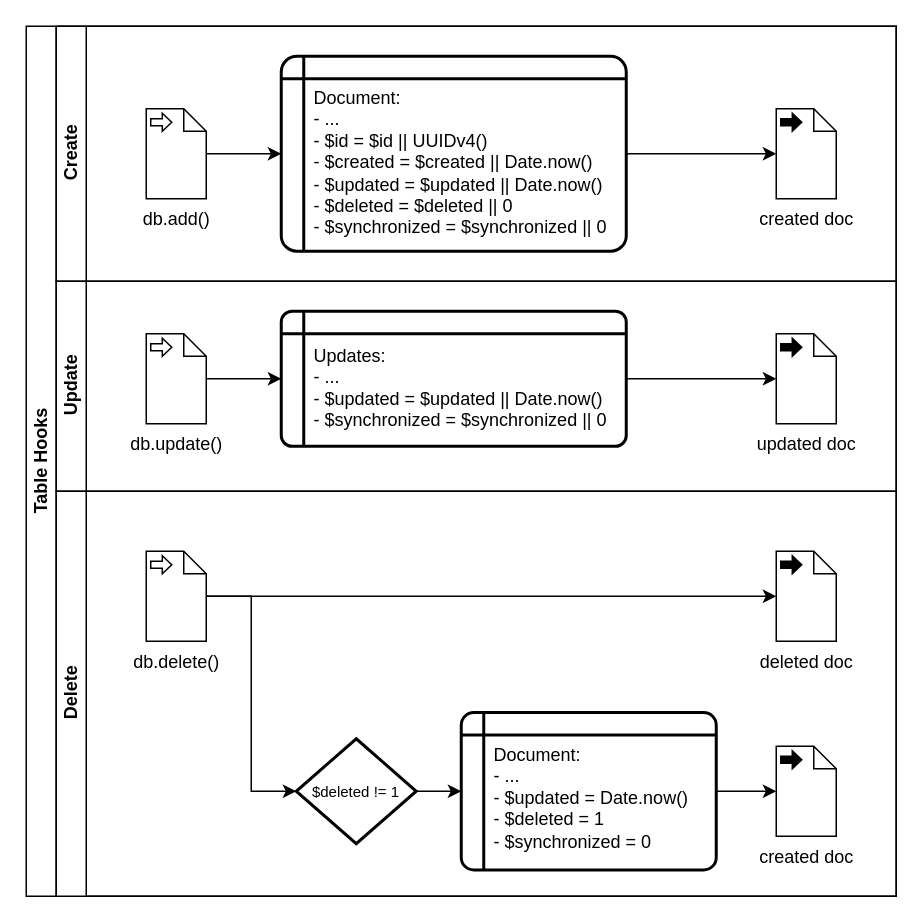
Earlier version of the draw.io diagram flowchart-hooks.drawio (scriptPilot/dexie-mysql-sync). Source tidied: cells renumbered, new cells numbered last; positions are measured from the earlier drawing's top-left corner, leaving out a move shared by most shapes. Both pictures are drawn from the tidied source at 150%, with x=0, y=0 at pixel (26, 26).
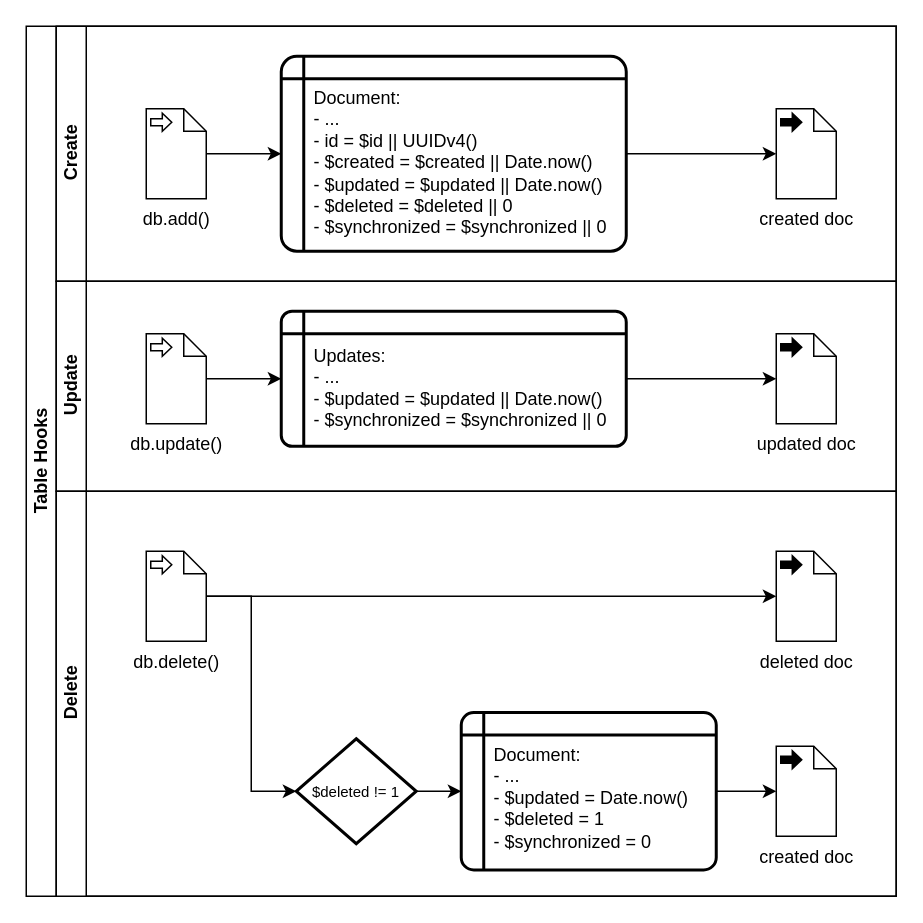
The same page after the edit.

The change refers to these unchanged cells:
```xml
<mxCell id="3" value="Create" style="swimlane;html=1;startSize=20;horizontal=0;" parent="2" vertex="1">
  <mxGeometry x="20" width="560" height="170" as="geometry" />
</mxCell>
```

Change to the diagram source:
```diff
@@
-    <mxCell id="7" value="Document:&lt;br&gt;- ...&lt;br&gt;- $id = $id || UUIDv4()&lt;br&gt;- $created = $created || Date.now()&lt;br&gt;- $updated = $updated || Date.now()&lt;br&gt;- $deleted = $deleted || 0&lt;br&gt;- $synchronized = $synchronized || 0" style="shape=internalStorage;whiteSpace=wrap;html=1;dx=15;dy=15;rounded=1;arcSize=8;strokeWidth=2;spacing=0;verticalAlign=top;spacingTop=16;align=left;spacingLeft=22;" parent="3" vertex="1">
+    <mxCell id="7" value="Document:&lt;br&gt;- ...&lt;br&gt;- id = $id || UUIDv4()&lt;br&gt;- $created = $created || Date.now()&lt;br&gt;- $updated = $updated || Date.now()&lt;br&gt;- $deleted = $deleted || 0&lt;br&gt;- $synchronized = $synchronized || 0" style="shape=internalStorage;whiteSpace=wrap;html=1;dx=15;dy=15;rounded=1;arcSize=8;strokeWidth=2;spacing=0;verticalAlign=top;spacingTop=16;align=left;spacingLeft=22;" parent="3" vertex="1">
       <mxGeometry x="150" y="20" width="230" height="130" as="geometry" />
     </mxCell>
```
